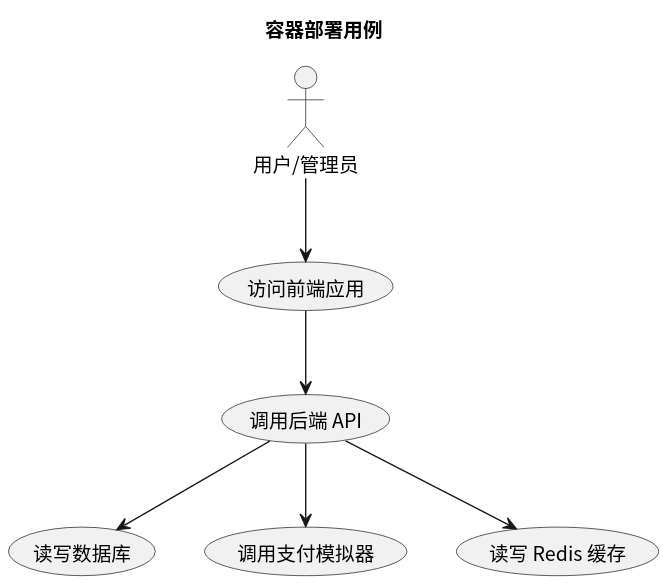
Earlier version of the PlantUML export usecase/docs/containerd/img/container_usecases.svg (greenhandzdl/charging-station-doc).
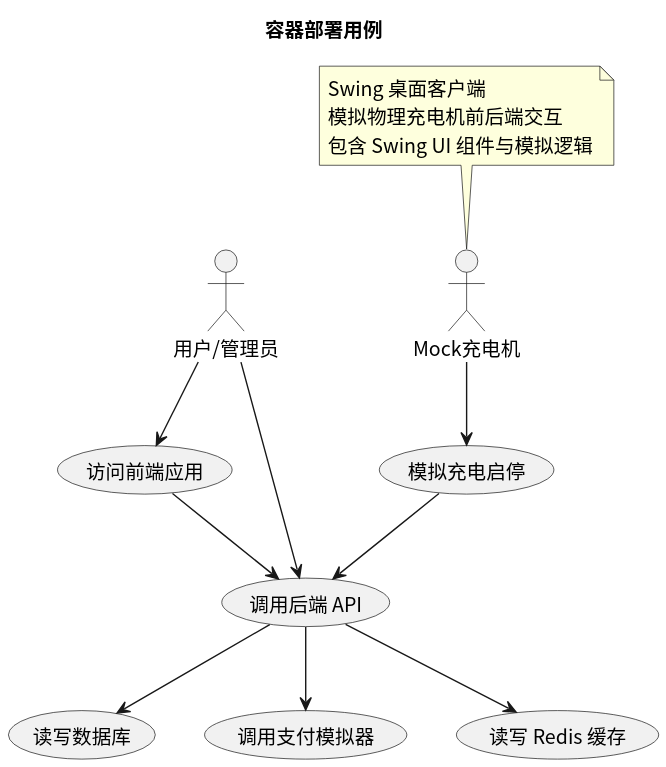
Above is the later version.

What changed in the source:
```diff
@@ -5,16 +5,22 @@
 skinparam useCaseShape rectangle
 
 actor "用户/管理员" as UA
+actor "Mock充电机" as MC
 
 usecase "访问前端应用" as UC1
 usecase "调用后端 API" as UC2
 usecase "读写数据库" as UC3
 usecase "调用支付模拟器" as UC4
 usecase "读写 Redis 缓存" as UC5
+usecase "模拟充电启停" as UC_MC
 
 UA --> UC1
+UA --> UC2
+MC --> UC_MC
+UC_MC --> UC2
 UC1 --> UC2
 UC2 --> UC3
 UC2 --> UC4
 UC2 --> UC5
+note top of MC : Swing 桌面客户端\n模拟物理充电机前后端交互\n包含 Swing UI 组件与模拟逻辑
 @enduml
```
